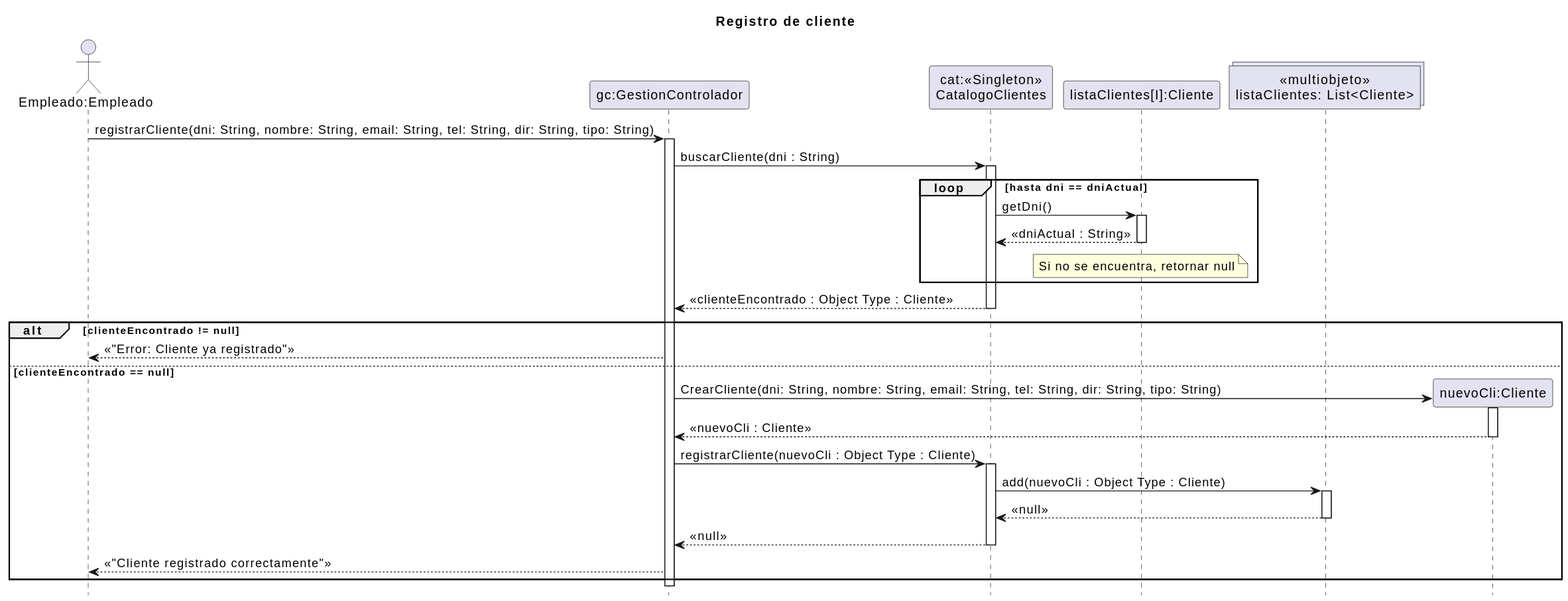
Earlier version of the PlantUML export 08 - Diagramas de Secuencia de Diseño/CargaClientes/CargaClientes.svg (zEzequR/PF-I).
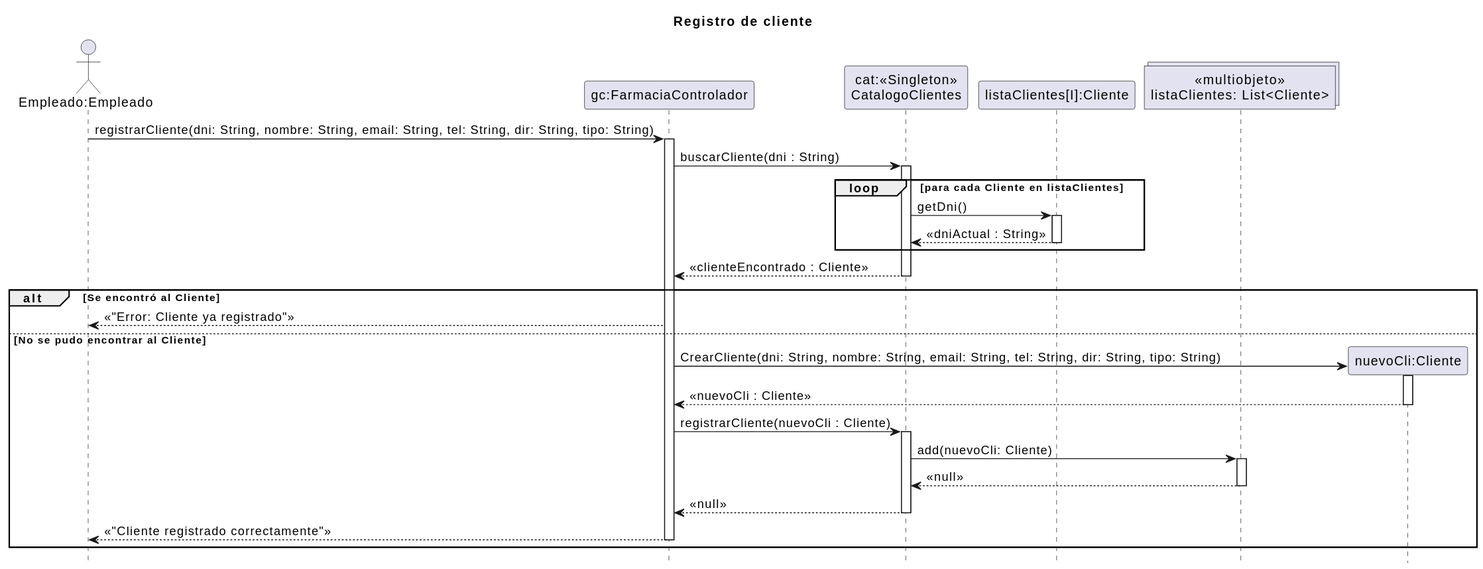
Above is the later version.

What changed in the source:
```diff
@@ -4,7 +4,7 @@
 hide footbox
 
 actor "Empleado:Empleado" as emp
-participant "gc:GestionControlador" as ctrl
+participant "gc:FarmaciaControlador" as ctrl
 participant "cat:<<Singleton>>\nCatalogoClientes" as cat
 participant "listaClientes[I]:Cliente" as cliente_actual
 collections "«multiobjeto»\nlistaClientes: List<Cliente>" as lista_cli
@@ -15,30 +15,29 @@
 ctrl -> cat : buscarCliente(dni : String)
 activate cat
 
-loop hasta dni == dniActual
+loop para cada Cliente en listaClientes
     cat -> cliente_actual : getDni()
     activate cliente_actual
     cliente_actual --> cat : << dniActual : String >>
     deactivate cliente_actual
-    note over of cliente_actual: Si no se encuentra, retornar null
 end
 
-cat --> ctrl : << clienteEncontrado : Object Type : Cliente >>
+cat --> ctrl : << clienteEncontrado : Cliente >>
 deactivate cat
 
-alt clienteEncontrado != null
+alt Se encontró al Cliente
     ctrl --> emp : << "Error: Cliente ya registrado" >>
 
-else clienteEncontrado == null
+else No se pudo encontrar al Cliente
     create participant "nuevoCli:Cliente" as nuevo_cli
     ctrl -> nuevo_cli : CrearCliente(dni: String, nombre: String, email: String, tel: String, dir: String, tipo: String)
     activate nuevo_cli
     nuevo_cli --> ctrl : << nuevoCli : Cliente >>
     deactivate nuevo_cli
 
-    ctrl -> cat : registrarCliente(nuevoCli : Object Type : Cliente)
+    ctrl -> cat : registrarCliente(nuevoCli : Cliente)
     activate cat
-    cat -> lista_cli : add(nuevoCli : Object Type : Cliente)
+    cat -> lista_cli : add(nuevoCli: Cliente)
     activate lista_cli
     lista_cli --> cat : << null >>
     deactivate lista_cli
@@ -46,8 +45,7 @@
     deactivate cat
 
     ctrl --> emp : << "Cliente registrado correctamente" >>
+    deactivate ctrl
 
 end
-
-deactivate ctrl
 @enduml
```
